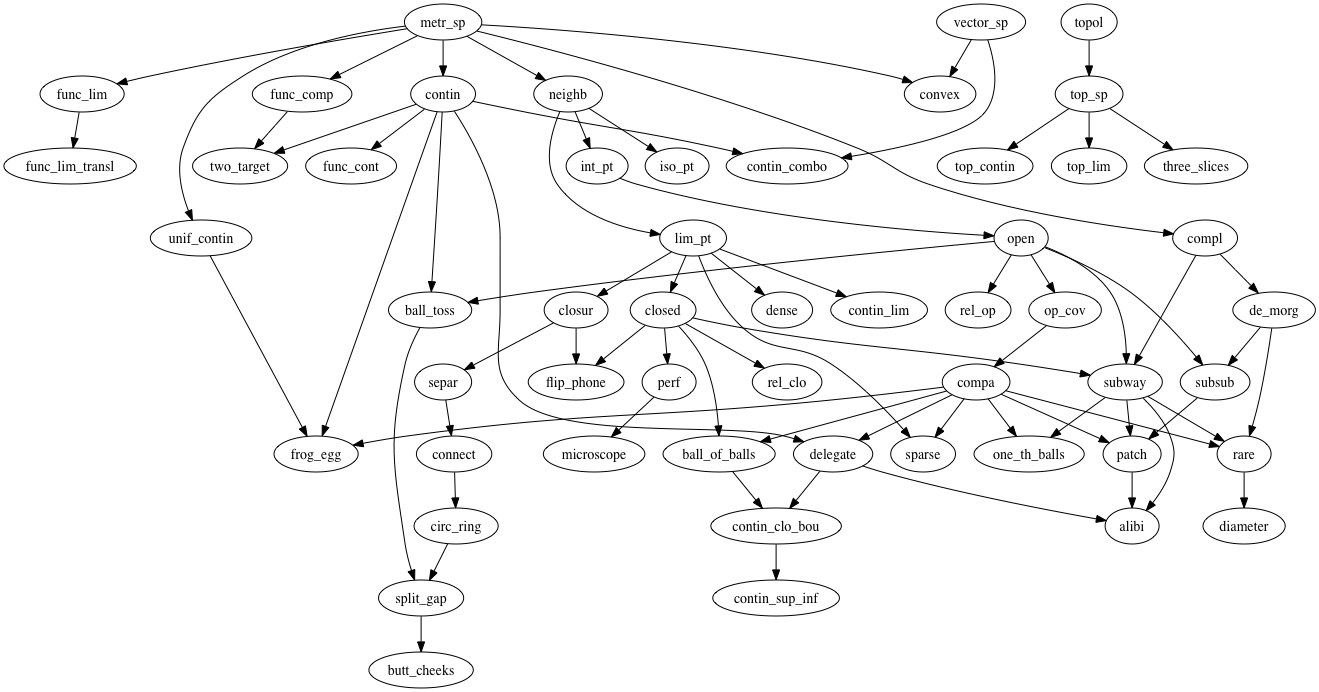
The Graphviz diagram topology.png in naveenvpai/real_analysis, before a commit. Its source is kept beside it as topology.gv.
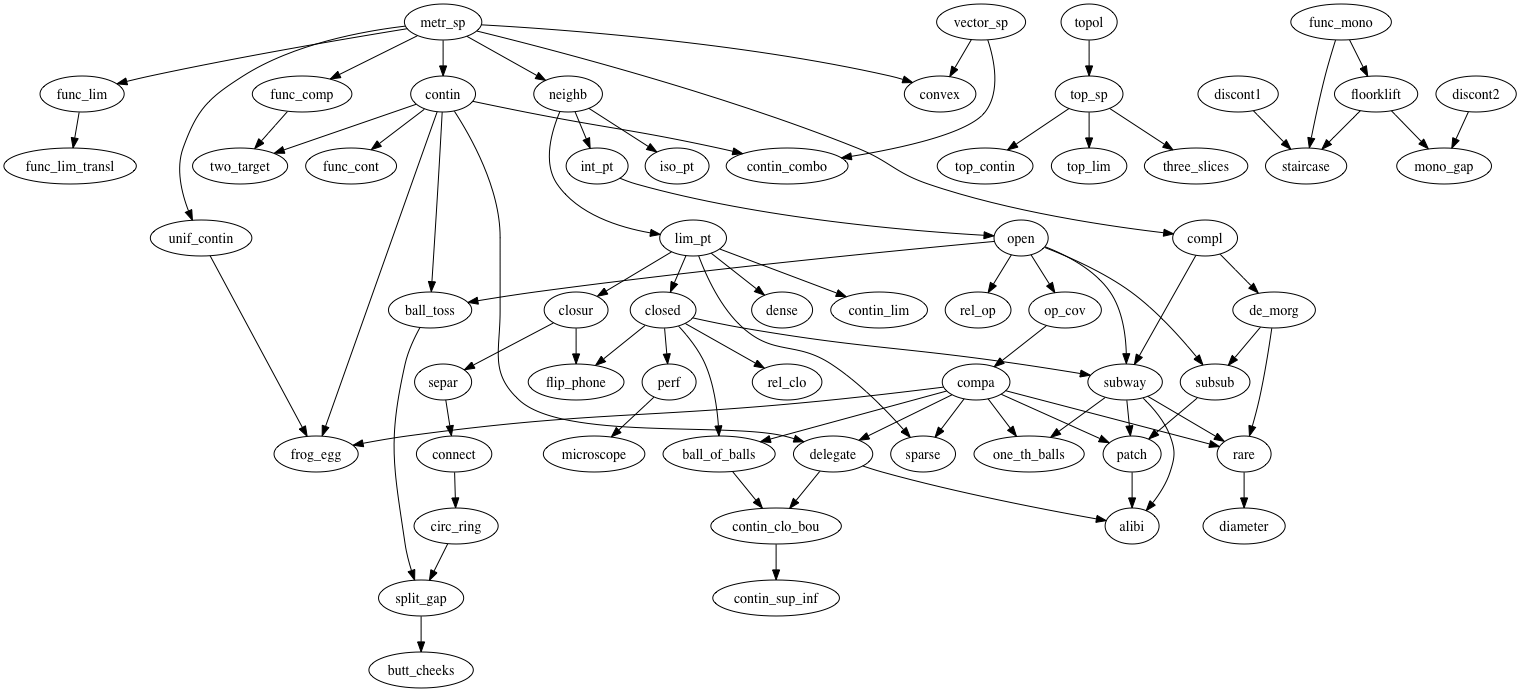
Later version of the same file.

Commit message:
Add totally bounded stuff + equicontinuous stuff

Diff of the diagram source:
```diff
@@ -71,6 +71,43 @@
   top_sp -> top_contin
   top_sp -> top_lim
   top_sp -> three_slices
+  discont1
+  discont2
+  func_mono
+  func_mono -> floorklift
+  discont2 -> mono_gap
+  floorklift -> mono_gap
+  func_mono -> staircase
+  floorklift -> staircase
+  discont1 -> staircase
+  metr_sp -> func_conv
+  metr_sp -> func_conv_unif
+  func_conv_unif -> func_cauch_unif
+  func_conv_unif -> func_unif_sup
+  func_ser_conv_unif
+  contin -> follower
+  func_conv_unif -> follower
+  C -> timestamp
+  follower -> timestamp
+  metr_sp -> complete
+  complete -> timestamp
+  compa -> func_layers
+  contin -> func_layers
+  func_conv -> func_layers
+  neighb -> tot_boun
+  tot_boun -> ballception
+  compa -> ballception
+  complete -> ballception
+  tot_boun -> ballgame
+  metr_sp -> ptwise_boun
+  metr_sp -> equi_contin
+  frog_egg -> split_fin_min
+  func_unif_sup -> split_fin_min
+  func_cauch_unif -> split_fin_min
+  ptwise_boun -> arzela
+  equi_contin -> arzela
+  closed -> arzela
+  compa -> arzela
 }
 
 /*
@@ -97,4 +134,17 @@
  * split_gap = continuous maps preserve connectedness
  * butt_cheeks = intermediate value theorem
  * three_slices = extended reals topology makes R compact
+ * floorklift = left and right limits always exist for monotonically increasing func + inequality involving sup/inf
+ * staircase = Monotone function on open interval has countably many discontinuities
+ * mono_gap = Monotone funcs R to R have no discont of 2nd kind
+ * func_cauch_unif = Equivalent characterization of function uniform convergence
+ * func_unif_sup = Converges uniformly iff supremum of distance goes to zero as function sequence goes to infinity
+ * func_ser_conv_unif = Function series converges uniformsly if supremum less than terms of convergent sequence (via comparison test)
+ * follower = if sequence of pointwise convergent, continuous functions converges uniformly then converges to continuous function
+ * timestamp = if Y complete, C(X;Y) is complete
+ * func_layers = monotone sequence of continuous functions on a compact metric space converges uniformly
+ * ballception = compact iff totally bounded and complete
+ * ballgame = if you have arbitrary epsilon maps with totally bounded images as well as "reverse continuity" then totally bounded
+ * split_fin_min = Cauchy sequence of contin,boun functions from compact metric space is equicontin
+ * arzela = Arzela-Escoli: set of contin,boun funcs is compact iff closed and ptwise bounded and equicontinuous
  * */
```
